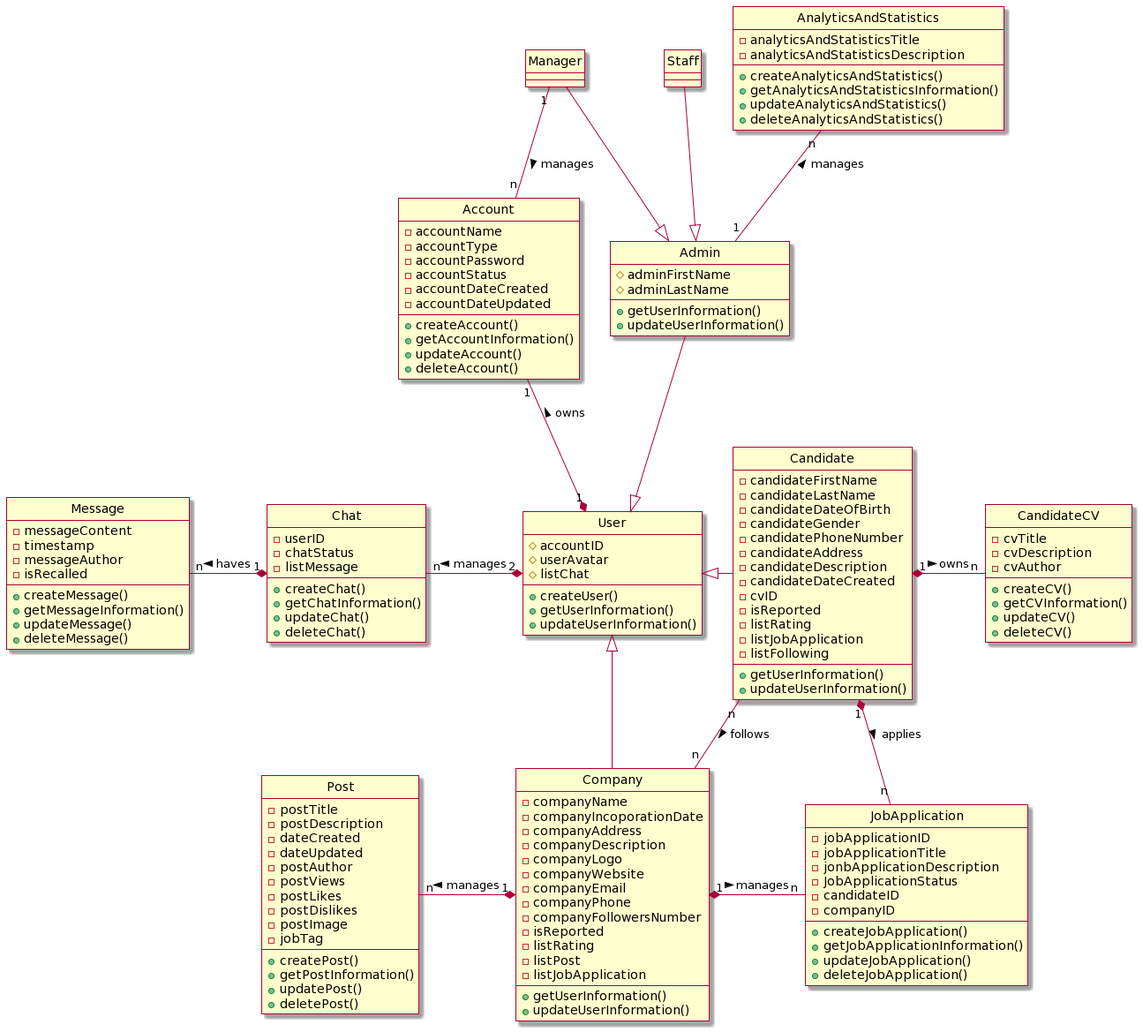
Griselda4774/EAS-EmploymentAssistanceSystem keeps this PlantUML diagram as Lab1/Lab 1.2 Diagram/Class/FileIMG/ClassDiagram.png. Above is the earlier version.
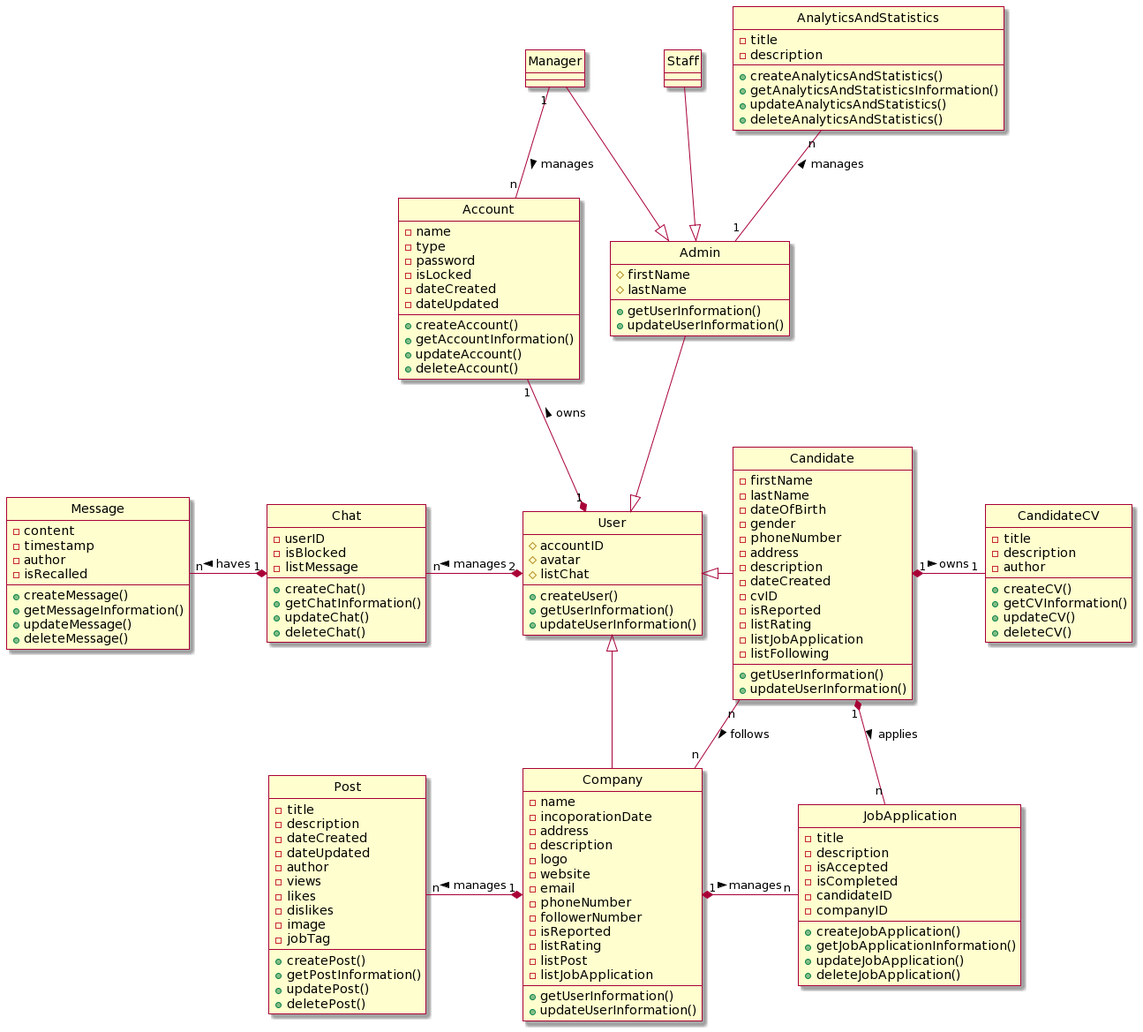
Above is the later version.

Commit message:
update class diagram

Change to the diagram source:
```diff
@@ -3,12 +3,12 @@
 skin rose
 
 class Account {
-    -accountName
-    -accountType
-    -accountPassword
-    -accountStatus
-    -accountDateCreated
-    -accountDateUpdated
+    -name
+    -type
+    -password
+    -isLocked
+    -dateCreated
+    -dateUpdated
     +createAccount()
     +getAccountInformation()
     +updateAccount()
@@ -17,7 +17,7 @@
 
 class User {
     #accountID
-    #userAvatar
+    #avatar
     #listChat
     +createUser()
     +getUserInformation()
@@ -25,21 +25,21 @@
 }
 
 class Admin {
-    #adminFirstName
-    #adminLastName
+    #firstName
+    #lastName
     +getUserInformation()
     +updateUserInformation()
 }
 
 class Candidate {
-    -candidateFirstName
-    -candidateLastName
-    -candidateDateOfBirth
-    -candidateGender
-    -candidatePhoneNumber
-    -candidateAddress
-    -candidateDescription
-    -candidateDateCreated
+    -firstName
+    -lastName
+    -dateOfBirth
+    -gender
+    -phoneNumber
+    -address
+    -description
+    -dateCreated
     -cvID
     -isReported
     -listRating
@@ -50,15 +50,15 @@
 }
 
 class Company {
-    -companyName
-    -companyIncoporationDate
-    -companyAddress
-    -companyDescription
-    -companyLogo
-    -companyWebsite
-    -companyEmail
-    -companyPhone
-    -companyFollowersNumber
+    -name
+    -incoporationDate
+    -address
+    -description
+    -logo
+    -website
+    -email
+    -phoneNumber
+    -followerNumber
     -isReported
     -listRating
     -listPost
@@ -76,15 +76,15 @@
 }
 
 class Post {
-    -postTitle
-    -postDescription
+    -title
+    -description
     -dateCreated
     -dateUpdated
-    -postAuthor
-    -postViews
-    -postLikes
-    -postDislikes
-    -postImage
+    -author
+    -views
+    -likes
+    -dislikes
+    -image
     -jobTag
     +createPost()
     +getPostInformation()
@@ -93,9 +93,9 @@
 }
 
 class CandidateCV {
-    -cvTitle
-    -cvDescription
-    -cvAuthor
+    -title
+    -description
+    -author
     +createCV()
     +getCVInformation()
     +updateCV()
@@ -103,10 +103,10 @@
 }
 
 class JobApplication {
-    -jobApplicationID
-    -jobApplicationTitle
-    -jonbApplicationDescription
-    -JobApplicationStatus
+    -title
+    -description
+    -isAccepted
+    -isCompleted
     -candidateID
     -companyID
     +createJobApplication()
@@ -117,7 +117,7 @@
 
 class Chat {
     -userID
-    -chatStatus
+    -isBlocked
     -listMessage
     +createChat()
     +getChatInformation()
@@ -126,9 +126,9 @@
 }
 
 class Message {
-    -messageContent
+    -content
     -timestamp
-    -messageAuthor
+    -author
     -isRecalled
     +createMessage()
     +getMessageInformation()
@@ -137,8 +137,8 @@
 }
 
 class AnalyticsAndStatistics {
-    -analyticsAndStatisticsTitle
-    -analyticsAndStatisticsDescription
+    -title
+    -description
     +createAnalyticsAndStatistics()
     +getAnalyticsAndStatisticsInformation()
     +updateAnalyticsAndStatistics()
@@ -156,7 +156,7 @@
 Post "n" -right-* "1" Company: manages <
 Chat "n" -right-* "2" User: manages <
 Message "n" -right-* "1" Chat: haves <
-CandidateCV "n" -left-* "1" Candidate: owns <
+CandidateCV "1" -left-* "1" Candidate: owns <
 JobApplication "n" -left-* "1" Company: manages <
 Candidate "n" -- "n" Company: follows >
 Candidate "1" *-- "n" JobApplication: applies >
```
